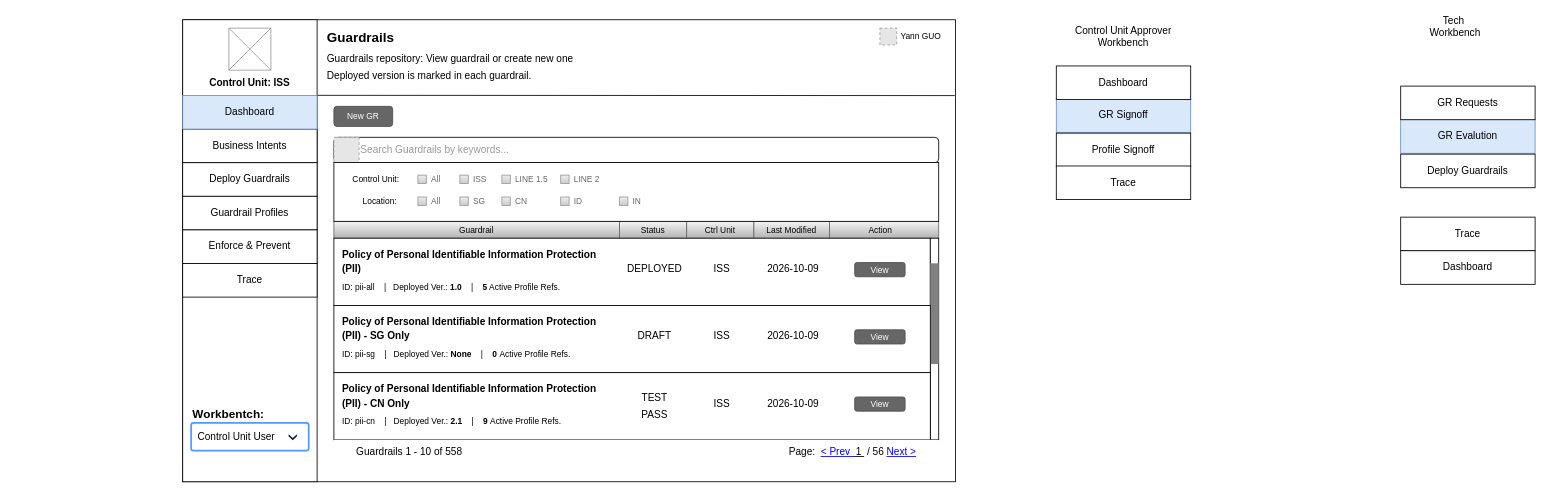
The draw.io diagram page "CUU-GR-Index" (2 of 20) of NMGR.drawio in thinker-g/fx-drive, before the edit. Source tidied: cells renumbered, new cells numbered last; positions are measured from the earlier drawing's top-left corner, leaving out a move shared by most shapes. Both pictures are drawn from the tidied source at 84%, with x=0, y=0 at pixel (182, 13). Pictures stored in the file or linked from it are replaced by grey dashed boxes.
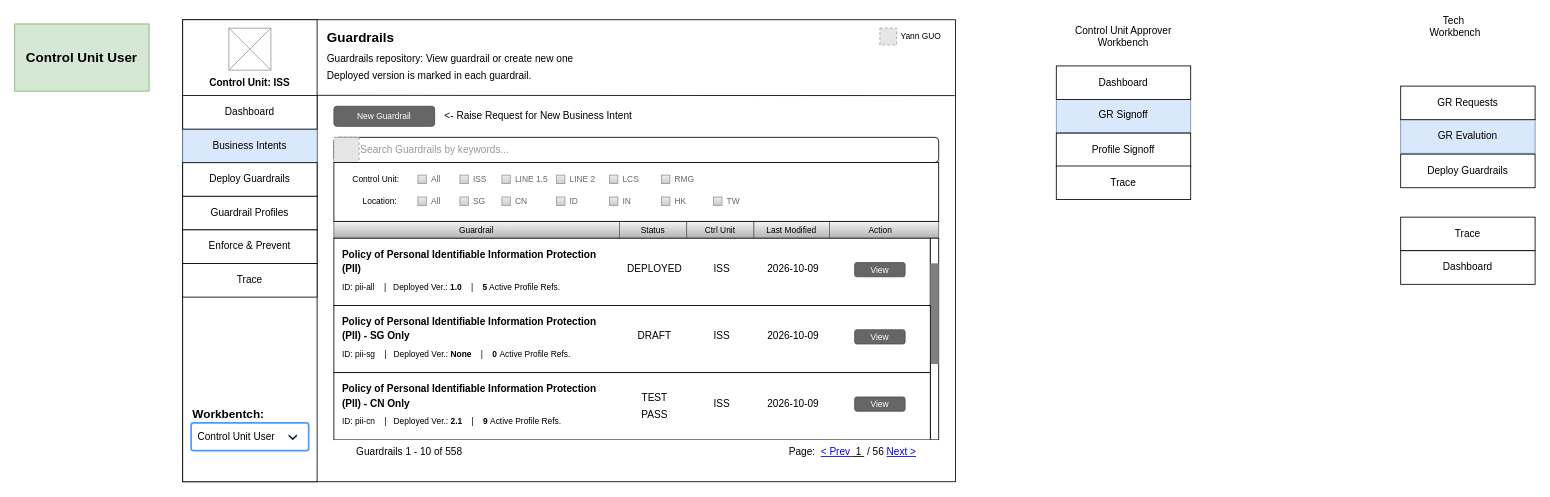
The same diagram, later.

Unchanged cells that the change refers to:
```xml
<mxCell id="46" style="group;" parent="1" vertex="1">
  <mxGeometry x="180" y="177" width="720" height="70" as="geometry" />
</mxCell>
```

Change to the diagram source:
```diff
@@
-    <mxCell id="12" value="New GR" style="rounded=1;html=1;shadow=0;dashed=0;whiteSpace=wrap;fontSize=10;fillColor=#666666;align=center;strokeColor=#4D4D4D;fontColor=#ffffff;" parent="1" vertex="1">
-      <mxGeometry x="180" y="110.1" width="70" height="23.9" as="geometry" />
-    </mxCell>
@@
     <mxCell id="51" value="LINE 2" style="strokeWidth=1;shadow=0;dashed=0;align=left;html=1;shape=mxgraph.mockup.forms.rrect;rSize=0;fillColor=#eeeeee;strokeColor=#999999;gradientColor=#cccccc;align=left;spacingLeft=4;fontSize=10;fontColor=#666666;labelPosition=right;verticalLabelPosition=middle;verticalAlign=middle;" parent="46" vertex="1">
-      <mxGeometry x="270" y="15" width="10" height="10" as="geometry" />
+      <mxGeometry x="265" y="15" width="10" height="10" as="geometry" />
     </mxCell>
@@
     <mxCell id="57" value="ID" style="strokeWidth=1;shadow=0;dashed=0;align=left;html=1;shape=mxgraph.mockup.forms.rrect;rSize=0;fillColor=#eeeeee;strokeColor=#999999;gradientColor=#cccccc;align=left;spacingLeft=4;fontSize=10;fontColor=#666666;labelPosition=right;verticalLabelPosition=middle;verticalAlign=middle;" parent="46" vertex="1">
-      <mxGeometry x="270" y="41" width="10" height="10" as="geometry" />
+      <mxGeometry x="265" y="41" width="10" height="10" as="geometry" />
     </mxCell>
     <mxCell id="58" value="IN" style="strokeWidth=1;shadow=0;dashed=0;align=left;html=1;shape=mxgraph.mockup.forms.rrect;rSize=0;fillColor=#eeeeee;strokeColor=#999999;gradientColor=#cccccc;align=left;spacingLeft=4;fontSize=10;fontColor=#666666;labelPosition=right;verticalLabelPosition=middle;verticalAlign=middle;" parent="46" vertex="1">
-      <mxGeometry x="340" y="41" width="10" height="10" as="geometry" />
+      <mxGeometry x="328" y="41" width="10" height="10" as="geometry" />
     </mxCell>
+    <mxCell id="82" value="HK" style="strokeWidth=1;shadow=0;dashed=0;align=left;html=1;shape=mxgraph.mockup.forms.rrect;rSize=0;fillColor=#eeeeee;strokeColor=#999999;gradientColor=#cccccc;align=left;spacingLeft=4;fontSize=10;fontColor=#666666;labelPosition=right;verticalLabelPosition=middle;verticalAlign=middle;" parent="46" vertex="1">
+      <mxGeometry x="390" y="41" width="10" height="10" as="geometry" />
+    </mxCell>
+    <mxCell id="83" value="TW" style="strokeWidth=1;shadow=0;dashed=0;align=left;html=1;shape=mxgraph.mockup.forms.rrect;rSize=0;fillColor=#eeeeee;strokeColor=#999999;gradientColor=#cccccc;align=left;spacingLeft=4;fontSize=10;fontColor=#666666;labelPosition=right;verticalLabelPosition=middle;verticalAlign=middle;" parent="46" vertex="1">
+      <mxGeometry x="452" y="41" width="10" height="10" as="geometry" />
+    </mxCell>
+    <mxCell id="84" value="LCS" style="strokeWidth=1;shadow=0;dashed=0;align=left;html=1;shape=mxgraph.mockup.forms.rrect;rSize=0;fillColor=#eeeeee;strokeColor=#999999;gradientColor=#cccccc;align=left;spacingLeft=4;fontSize=10;fontColor=#666666;labelPosition=right;verticalLabelPosition=middle;verticalAlign=middle;" parent="46" vertex="1">
+      <mxGeometry x="328" y="15" width="10" height="10" as="geometry" />
+    </mxCell>
+    <mxCell id="85" value="RMG" style="strokeWidth=1;shadow=0;dashed=0;align=left;html=1;shape=mxgraph.mockup.forms.rrect;rSize=0;fillColor=#eeeeee;strokeColor=#999999;gradientColor=#cccccc;align=left;spacingLeft=4;fontSize=10;fontColor=#666666;labelPosition=right;verticalLabelPosition=middle;verticalAlign=middle;" parent="46" vertex="1">
+      <mxGeometry x="390" y="15" width="10" height="10" as="geometry" />
+    </mxCell>
@@
-    <mxCell id="72" value="Business Intents" style="rounded=0;whiteSpace=wrap;html=1;" parent="1" vertex="1">
+    <mxCell id="72" value="Business Intents" style="rounded=0;whiteSpace=wrap;html=1;fillColor=#dae8fc;strokeColor=#6c8ebf;" parent="1" vertex="1">
       <mxGeometry y="137.2" width="160" height="40" as="geometry" />
     </mxCell>
@@
-    <mxCell id="76" value="Dashboard" style="rounded=0;whiteSpace=wrap;html=1;fillColor=#dae8fc;strokeColor=#6c8ebf;" parent="1" vertex="1">
+    <mxCell id="76" value="Dashboard" style="rounded=0;whiteSpace=wrap;html=1;" parent="1" vertex="1">
       <mxGeometry y="97.2" width="160" height="40" as="geometry" />
     </mxCell>
@@
+    <mxCell id="86" value="New Guardrail" style="rounded=1;html=1;shadow=0;dashed=0;whiteSpace=wrap;fontSize=10;fillColor=#666666;align=center;strokeColor=#4D4D4D;fontColor=#ffffff;" parent="1" vertex="1">
+      <mxGeometry x="180" y="110" width="120" height="23.9" as="geometry" />
+    </mxCell>
+    <mxCell id="87" value="&amp;lt;- Raise&amp;nbsp;&lt;span style=&quot;background-color: transparent; color: light-dark(rgb(0, 0, 0), rgb(255, 255, 255));&quot;&gt;Request for&amp;nbsp;&lt;/span&gt;&lt;span style=&quot;background-color: transparent; color: light-dark(rgb(0, 0, 0), rgb(255, 255, 255));&quot;&gt;New Business Intent&amp;nbsp;&lt;/span&gt;" style="text;html=1;whiteSpace=wrap;strokeColor=none;fillColor=none;align=left;verticalAlign=middle;rounded=0;" parent="1" vertex="1">
+      <mxGeometry x="310" y="107" width="290" height="30" as="geometry" />
+    </mxCell>
+    <mxCell id="88" value="Control Unit&amp;nbsp;&lt;span style=&quot;background-color: transparent; color: light-dark(rgb(0, 0, 0), rgb(255, 255, 255));&quot;&gt;User&lt;/span&gt;" style="text;html=1;whiteSpace=wrap;overflow=hidden;rounded=0;spacing=0;spacingLeft=0;verticalAlign=middle;fontSize=16;spacingBottom=0;align=center;fontStyle=1;fillColor=#d5e8d4;strokeColor=#82b366;" parent="1" vertex="1">
+      <mxGeometry x="-200" y="12" width="160" height="80" as="geometry" />
+    </mxCell>
```
